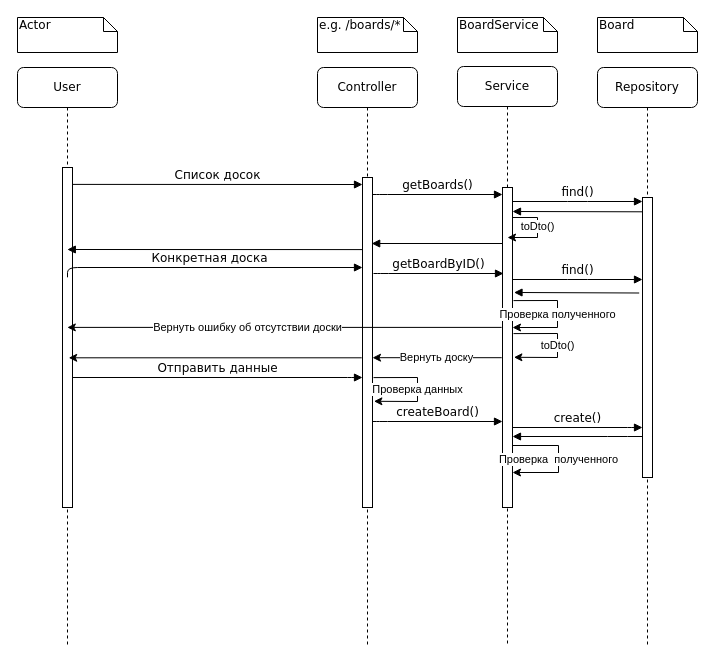
Before: sequence.drawio in StanEkso/kanban-projecting, a draw.io diagram. Source tidied: cells renumbered, new cells numbered last; positions are measured from the earlier drawing's top-left corner, leaving out a move shared by most shapes. Both pictures are drawn from the tidied source at 100%, with x=0, y=0 at pixel (17, 17).
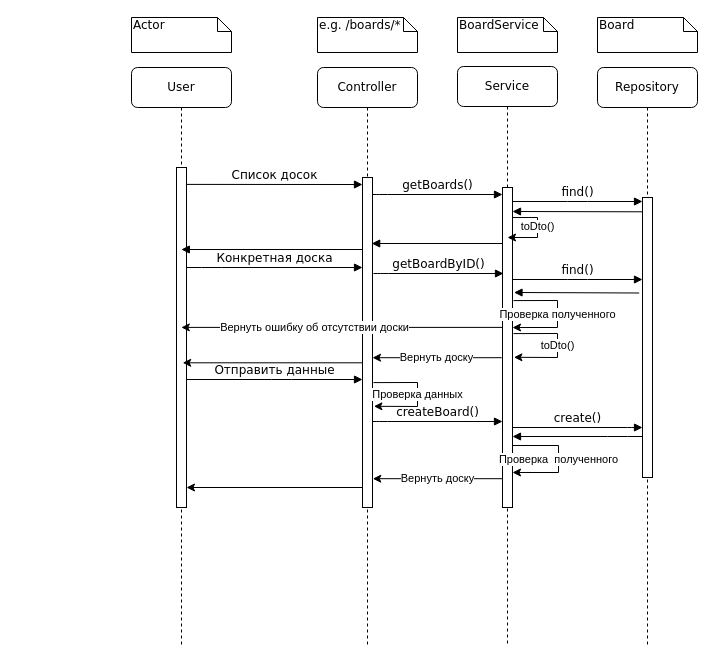
The same diagram, later.

The change refers to these unchanged cells:
```xml
<mxCell id="3" style="html=1;points=[];perimeter=orthogonalPerimeter;rounded=0;shadow=0;comic=0;labelBackgroundColor=none;strokeWidth=1;fontFamily=Verdana;fontSize=12;align=center;" parent="2" vertex="1">
  <mxGeometry x="45" y="110" width="10" height="330" as="geometry" />
</mxCell>
<mxCell id="8" style="html=1;points=[];perimeter=orthogonalPerimeter;rounded=0;shadow=0;comic=0;labelBackgroundColor=none;strokeWidth=1;fontFamily=Verdana;fontSize=12;align=center;" parent="7" vertex="1">
  <mxGeometry x="45" y="100" width="10" height="340" as="geometry" />
</mxCell>
<mxCell id="9" style="html=1;points=[];perimeter=orthogonalPerimeter;rounded=0;shadow=0;comic=0;labelBackgroundColor=none;strokeWidth=1;fontFamily=Verdana;fontSize=12;align=center;" parent="1" vertex="1">
  <mxGeometry x="485" y="170" width="10" height="320" as="geometry" />
</mxCell>
```

The edit, as a diff of the source:
```diff
@@
     <mxCell id="7" value="User" style="shape=umlLifeline;perimeter=lifelinePerimeter;whiteSpace=wrap;html=1;rounded=1;shadow=0;comic=0;labelBackgroundColor=none;strokeWidth=1;fontFamily=Verdana;fontSize=12;align=center;" parent="1" vertex="1">
-      <mxGeometry y="50" width="100" height="580" as="geometry" />
+      <mxGeometry x="114" y="50" width="100" height="580" as="geometry" />
     </mxCell>
@@
     <mxCell id="13" value="Список досок" style="html=1;verticalAlign=bottom;endArrow=block;labelBackgroundColor=none;fontFamily=Verdana;fontSize=12;edgeStyle=elbowEdgeStyle;elbow=vertical;" parent="1" edge="1" target="3">
       <mxGeometry relative="1" as="geometry">
-        <mxPoint x="55" y="166.9" as="sourcePoint" />
+        <mxPoint x="169" y="166.9" as="sourcePoint" />
       </mxGeometry>
     </mxCell>
     <mxCell id="14" value="Actor" style="shape=note;whiteSpace=wrap;html=1;size=14;verticalAlign=top;align=left;spacingTop=-6;rounded=0;shadow=0;comic=0;labelBackgroundColor=none;strokeWidth=1;fontFamily=Verdana;fontSize=12;" parent="1" vertex="1">
-      <mxGeometry width="100" height="35" as="geometry" />
+      <mxGeometry x="114" width="100" height="35" as="geometry" />
     </mxCell>
@@
-    <mxCell id="21" style="html=1;verticalAlign=bottom;endArrow=block;labelBackgroundColor=none;fontFamily=Verdana;fontSize=12;edgeStyle=elbowEdgeStyle;elbow=vertical;exitX=-0.006;exitY=0.962;exitDx=0;exitDy=0;exitPerimeter=0;" parent="1" edge="1">
+    <mxCell id="21" style="html=1;verticalAlign=bottom;endArrow=block;labelBackgroundColor=none;fontFamily=Verdana;fontSize=12;edgeStyle=elbowEdgeStyle;elbow=vertical;" parent="1" edge="1" source="3">
       <mxGeometry relative="1" as="geometry">
-        <mxPoint x="344.9" y="232.1" as="sourcePoint" />
-        <mxPoint x="49.8" y="232.1" as="targetPoint" />
+        <mxPoint x="163.8" y="232.1" as="targetPoint" />
       </mxGeometry>
     </mxCell>
@@
-    <mxCell id="23" value="Конкретная доска" style="html=1;verticalAlign=bottom;endArrow=block;labelBackgroundColor=none;fontFamily=Verdana;fontSize=12;edgeStyle=elbowEdgeStyle;elbow=vertical;exitX=0.5;exitY=0.323;exitDx=0;exitDy=0;exitPerimeter=0;" parent="1" edge="1" source="8" target="3">
+    <mxCell id="23" value="Конкретная доска" style="html=1;verticalAlign=bottom;endArrow=block;labelBackgroundColor=none;fontFamily=Verdana;fontSize=12;edgeStyle=elbowEdgeStyle;elbow=vertical;" parent="1" edge="1" source="8" target="3">
       <mxGeometry relative="1" as="geometry">
         <Array as="points">
-          <mxPoint x="80" y="250" />
+          <mxPoint x="194" y="250" />
         </Array>
       </mxGeometry>
     </mxCell>
@@
-    <mxCell id="28" style="endArrow=classic;html=1;rounded=0;exitX=-0.18;exitY=0.886;exitDx=0;exitDy=0;exitPerimeter=0;" parent="1" edge="1">
+    <mxCell id="28" style="endArrow=classic;html=1;rounded=0;" parent="1" edge="1" source="3">
       <mxGeometry relative="1" as="geometry">
-        <mxPoint x="344.2" y="340.3" as="sourcePoint" />
-        <mxPoint x="51.2" y="340.3" as="targetPoint" />
+        <mxPoint x="165.2" y="345.3" as="targetPoint" />
       </mxGeometry>
     </mxCell>
-    <mxCell id="29" value="Вернуть ошибку об отсутствии доски" style="endArrow=classic;html=1;rounded=0;exitX=-0.086;exitY=0.847;exitDx=0;exitDy=0;exitPerimeter=0;" parent="1" edge="1">
+    <mxCell id="29" value="Вернуть ошибку об отсутствии доски" style="endArrow=classic;html=1;rounded=0;" parent="1" edge="1" source="9">
       <mxGeometry x="0.17" relative="1" as="geometry">
-        <mxPoint x="484.1" y="309.9" as="sourcePoint" />
-        <mxPoint x="49.8" y="309.9" as="targetPoint" />
+        <mxPoint x="163.8" y="309.9" as="targetPoint" />
       </mxGeometry>
     </mxCell>
-    <mxCell id="30" value="Отправить данные" style="html=1;verticalAlign=bottom;endArrow=block;labelBackgroundColor=none;fontFamily=Verdana;fontSize=12;edgeStyle=elbowEdgeStyle;elbow=vertical;" parent="1" edge="1" source="8" target="3">
+    <mxCell id="30" value="Отправить данные" style="html=1;verticalAlign=bottom;endArrow=block;labelBackgroundColor=none;fontFamily=Verdana;fontSize=12;edgeStyle=elbowEdgeStyle;elbow=vertical;" parent="1" edge="1">
       <mxGeometry relative="1" as="geometry">
+        <mxPoint x="169" y="362" as="sourcePoint" />
+        <mxPoint x="345" y="362" as="targetPoint" />
         <Array as="points">
-          <mxPoint x="340" y="360" />
+          <mxPoint x="264" y="362" />
         </Array>
       </mxGeometry>
     </mxCell>
     <mxCell id="31" value="Проверка данных" style="endArrow=classic;html=1;rounded=0;exitX=1.1;exitY=0.736;exitDx=0;exitDy=0;exitPerimeter=0;entryX=1.144;entryY=0.978;entryDx=0;entryDy=0;entryPerimeter=0;" parent="1" edge="1">
       <mxGeometry relative="1" as="geometry">
-        <mxPoint x="356" y="360.1" as="sourcePoint" />
-        <mxPoint x="356.4" y="383.8" as="targetPoint" />
+        <mxPoint x="356" y="365.1" as="sourcePoint" />
+        <mxPoint x="356.4" y="388.8" as="targetPoint" />
         <Array as="points">
-          <mxPoint x="400" y="360" />
-          <mxPoint x="400" y="384" />
+          <mxPoint x="400" y="365" />
+          <mxPoint x="400" y="389" />
         </Array>
       </mxGeometry>
     </mxCell>
@@
+    <mxCell id="36" value="Вернуть доску" style="endArrow=classic;html=1;rounded=0;entryX=1.034;entryY=0.949;entryDx=0;entryDy=0;entryPerimeter=0;" parent="1" edge="1">
+      <mxGeometry relative="1" as="geometry">
+        <mxPoint x="485" y="461.2" as="sourcePoint" />
+        <mxPoint x="355.3" y="461.2" as="targetPoint" />
+      </mxGeometry>
+    </mxCell>
+    <mxCell id="37" style="endArrow=classic;html=1;rounded=0;" parent="1" edge="1">
+      <mxGeometry relative="1" as="geometry">
+        <mxPoint x="345" y="470" as="sourcePoint" />
+        <mxPoint x="169" y="470" as="targetPoint" />
+      </mxGeometry>
+    </mxCell>
```
